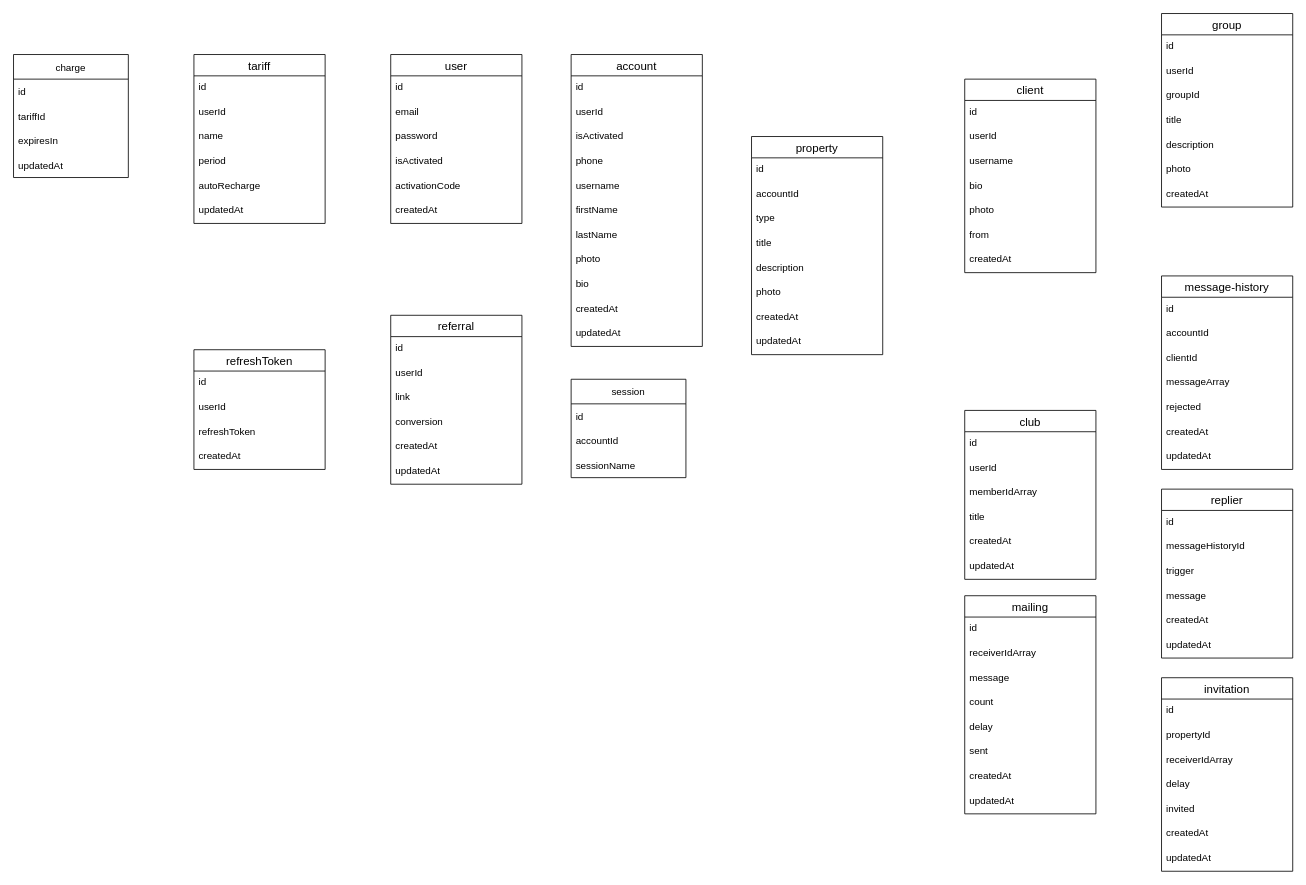
Nick-Fed-Al-dev/telepanel keeps this draw.io diagram as schema.drawio. Above is the earlier version. Source tidied: cells renumbered, new cells numbered last; positions are measured from the earlier drawing's top-left corner, leaving out a move shared by most shapes. Both pictures are drawn from the tidied source at 82%, with x=0, y=0 at pixel (13, 13).
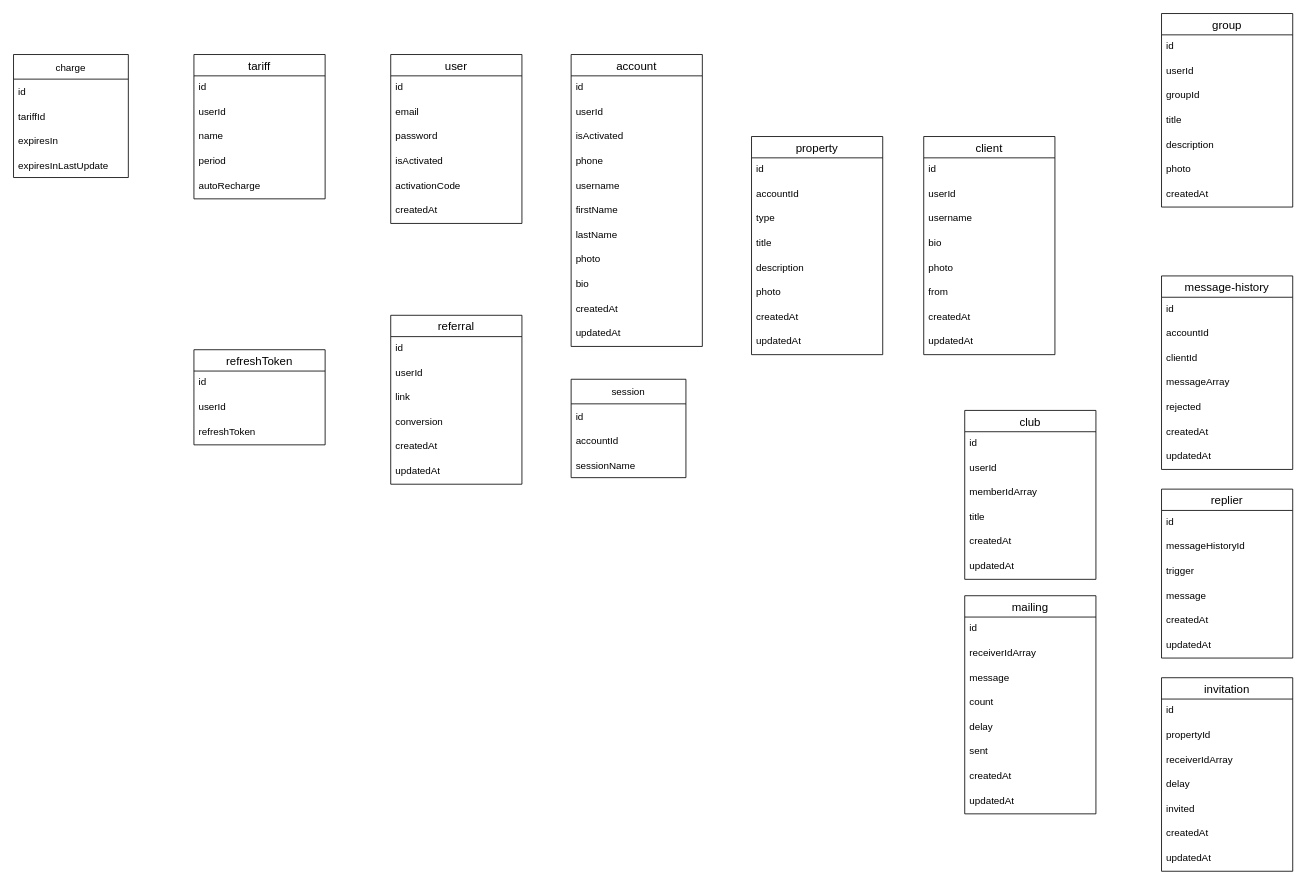
After the change.

Unchanged cells that the change refers to:
```xml
<mxCell id="104" value="charge" style="swimlane;fontStyle=0;horizontal=1;startSize=30;" parent="1" vertex="1">
  <mxGeometry y="50" width="140" height="150" as="geometry" />
</mxCell>
```

Diff of the diagram source:
```diff
@@
     <mxCell id="18" value="client" style="swimlane;fontStyle=0;horizontal=1;startSize=26;align=center;fontSize=14;" parent="1" vertex="1">
-      <mxGeometry x="1160" y="80" width="160" height="236" as="geometry" />
+      <mxGeometry x="1110" y="150" width="160" height="266" as="geometry" />
     </mxCell>
@@
+    <mxCell id="98" value="updatedAt" style="text;strokeColor=none;fillColor=none;spacingLeft=4;spacingRight=4;overflow=hidden;fontSize=12;" parent="18" vertex="1">
+      <mxGeometry y="236" width="160" height="30" as="geometry" />
+    </mxCell>
@@
     <mxCell id="92" value="tariff" style="swimlane;fontStyle=0;horizontal=1;startSize=26;align=center;fontSize=14;" parent="1" vertex="1">
-      <mxGeometry x="220" y="50" width="160" height="206" as="geometry" />
+      <mxGeometry x="220" y="50" width="160" height="176" as="geometry" />
     </mxCell>
@@
-    <mxCell id="98" value="updatedAt" style="text;strokeColor=none;fillColor=none;spacingLeft=4;spacingRight=4;overflow=hidden;fontSize=12;" parent="92" vertex="1">
-      <mxGeometry y="176" width="160" height="30" as="geometry" />
-    </mxCell>
     <mxCell id="99" value="refreshToken" style="swimlane;fontStyle=0;horizontal=1;startSize=26;align=center;fontSize=14;" parent="1" vertex="1">
-      <mxGeometry x="220" y="410" width="160" height="146" as="geometry" />
+      <mxGeometry x="220" y="410" width="160" height="116" as="geometry" />
     </mxCell>
@@
-    <mxCell id="103" value="createdAt" style="text;strokeColor=none;fillColor=none;spacingLeft=4;spacingRight=4;overflow=hidden;fontSize=12;" parent="99" vertex="1">
-      <mxGeometry y="116" width="160" height="30" as="geometry" />
-    </mxCell>
@@
-    <mxCell id="108" value="updatedAt" style="text;strokeColor=none;fillColor=none;align=left;verticalAlign=middle;spacingLeft=4;spacingRight=4;overflow=hidden;" parent="104" vertex="1">
+    <mxCell id="108" value="expiresInLastUpdate" style="text;strokeColor=none;fillColor=none;align=left;verticalAlign=middle;spacingLeft=4;spacingRight=4;overflow=hidden;" parent="104" vertex="1">
       <mxGeometry y="120" width="140" height="30" as="geometry" />
     </mxCell>
```
